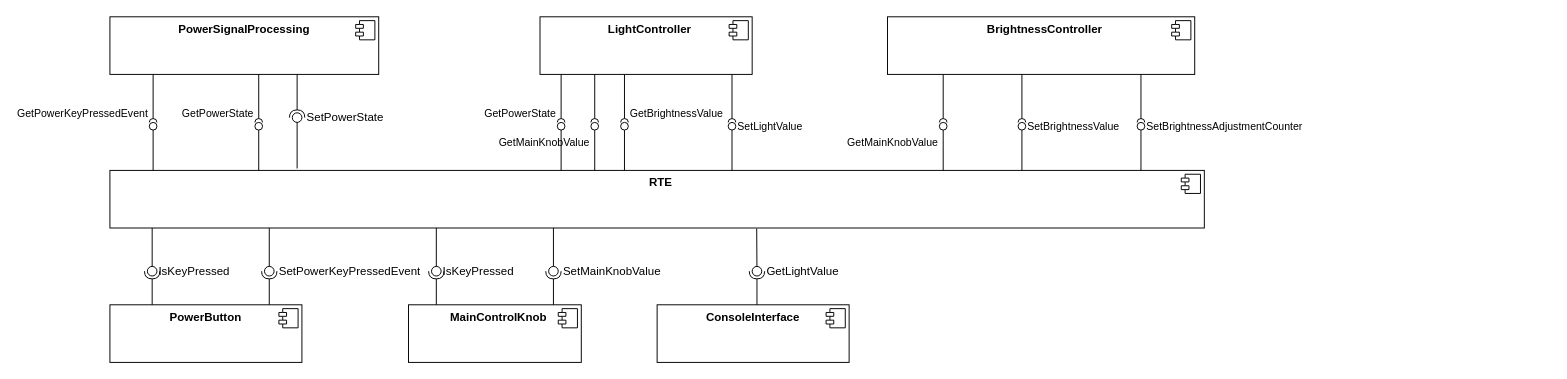
This is page "SW Architecture" (2 of 2) of doc/software_architecture/_figures/spled.drawio from xxthunder/asf-closed-loop-demo, a draw.io file, before an edit. Source tidied: cells renumbered, new cells numbered last; positions are measured from the earlier drawing's top-left corner, leaving out a move shared by most shapes. Both pictures are drawn from the tidied source at 96%, with x=0, y=0 at pixel (109, 16).
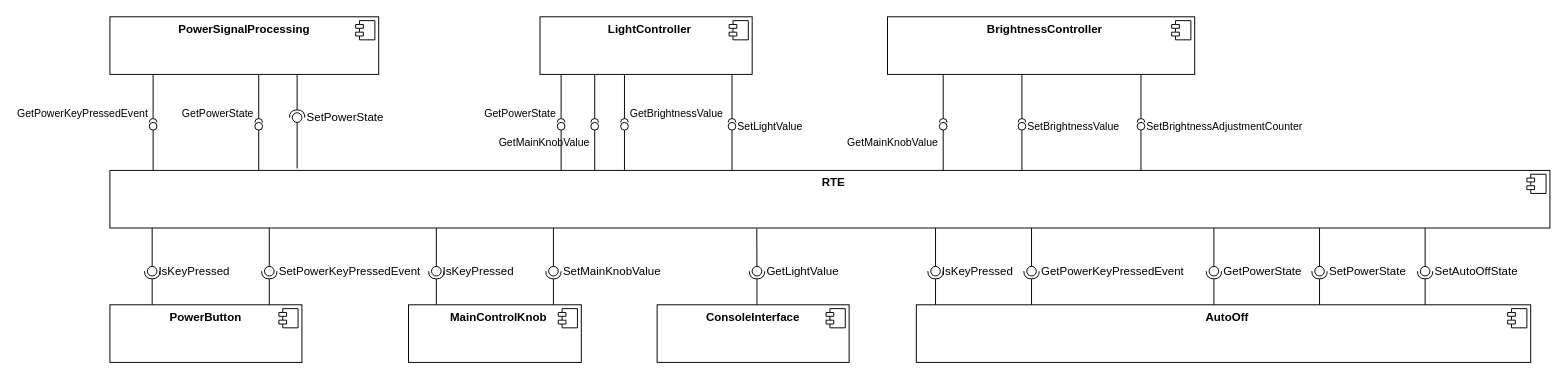
After the change.

The change refers to these unchanged cells:
```xml
<mxCell id="23" value="&amp;nbsp;GetLightValue" style="ellipse;whiteSpace=wrap;html=1;align=left;fillColor=none;strokeColor=none;perimeter=centerPerimeter;points=[];outlineConnect=1;labelPosition=right;verticalLabelPosition=middle;verticalAlign=middle;" parent="1" vertex="1">
  <mxGeometry x="669" y="260" width="10" height="10" as="geometry" />
</mxCell>
```

The edit, as a diff of the source:
```diff
@@
     <mxCell id="6" value="&lt;p style=&quot;margin: 6px 0px 0px;&quot;&gt;&lt;/p&gt;&lt;p style=&quot;margin:0px;margin-left:8px;&quot;&gt;&lt;b&gt;RTE&lt;/b&gt;&lt;/p&gt;" style="align=center;overflow=fill;html=1;whiteSpace=wrap;" parent="1" vertex="1">
-      <mxGeometry y="160" width="1140" height="60" as="geometry" />
+      <mxGeometry y="160" width="1500" height="60" as="geometry" />
     </mxCell>
@@
-    <mxCell id="22" style="rounded=0;jettySize=auto;html=1;endArrow=oval;endFill=0;sketch=0;sourcePerimeterSpacing=0;targetPerimeterSpacing=0;endSize=10;exitX=0.591;exitY=1.012;exitDx=0;exitDy=0;exitPerimeter=0;" parent="1" edge="1" source="6" target="23">
+    <mxCell id="22" style="rounded=0;jettySize=auto;html=1;endArrow=oval;endFill=0;sketch=0;sourcePerimeterSpacing=0;targetPerimeterSpacing=0;endSize=10;exitX=0.4492;exitY=1.012;exitDx=0;exitDy=0;exitPerimeter=0;" parent="1" edge="1" source="6" target="23">
       <mxGeometry relative="1" as="geometry" />
     </mxCell>
@@
+    <mxCell id="61" value="&lt;p style=&quot;margin: 6px 0px 0px;&quot;&gt;&lt;/p&gt;&lt;p style=&quot;margin:0px;margin-left:8px;&quot;&gt;&lt;b&gt;AutoOff&lt;/b&gt;&lt;/p&gt;" style="align=center;overflow=fill;html=1;whiteSpace=wrap;" parent="1" vertex="1">
+      <mxGeometry x="840" y="300" width="640" height="60" as="geometry" />
+    </mxCell>
+    <mxCell id="62" style="shape=component;jettyWidth=8;jettyHeight=4;" parent="61" vertex="1">
+      <mxGeometry x="1" width="20" height="20" relative="1" as="geometry">
+        <mxPoint x="-24" y="4" as="offset" />
+      </mxGeometry>
+    </mxCell>
+    <mxCell id="63" style="rounded=0;jettySize=auto;html=1;endArrow=halfCircle;endFill=0;endSize=6;strokeWidth=1;sketch=0;exitX=0.5;exitY=0;exitDx=0;exitDy=0;" parent="1" edge="1" target="65">
+      <mxGeometry relative="1" as="geometry">
+        <mxPoint x="860" y="300" as="sourcePoint" />
+      </mxGeometry>
+    </mxCell>
+    <mxCell id="64" style="rounded=0;jettySize=auto;html=1;endArrow=oval;endFill=0;sketch=0;sourcePerimeterSpacing=0;targetPerimeterSpacing=0;endSize=10;exitX=0.443;exitY=1;exitDx=0;exitDy=0;exitPerimeter=0;" parent="1" edge="1" target="65">
+      <mxGeometry relative="1" as="geometry">
+        <mxPoint x="860" y="220" as="sourcePoint" />
+      </mxGeometry>
+    </mxCell>
+    <mxCell id="65" value="IsKeyPressed" style="ellipse;whiteSpace=wrap;html=1;align=left;fillColor=none;strokeColor=none;perimeter=centerPerimeter;points=[];outlineConnect=1;labelPosition=right;verticalLabelPosition=middle;verticalAlign=middle;" parent="1" vertex="1">
+      <mxGeometry x="855" y="260" width="10" height="10" as="geometry" />
+    </mxCell>
+    <mxCell id="66" style="rounded=0;jettySize=auto;html=1;endArrow=halfCircle;endFill=0;endSize=6;strokeWidth=1;sketch=0;exitX=0.5;exitY=0;exitDx=0;exitDy=0;" parent="1" edge="1" target="68">
+      <mxGeometry relative="1" as="geometry">
+        <mxPoint x="960" y="300" as="sourcePoint" />
+      </mxGeometry>
+    </mxCell>
+    <mxCell id="67" style="rounded=0;jettySize=auto;html=1;endArrow=oval;endFill=0;sketch=0;sourcePerimeterSpacing=0;targetPerimeterSpacing=0;endSize=10;exitX=0.443;exitY=1;exitDx=0;exitDy=0;exitPerimeter=0;" parent="1" edge="1" target="68">
+      <mxGeometry relative="1" as="geometry">
+        <mxPoint x="960" y="220" as="sourcePoint" />
+      </mxGeometry>
+    </mxCell>
+    <mxCell id="68" value="&amp;nbsp;GetPowerKeyPressedEvent" style="ellipse;whiteSpace=wrap;html=1;align=left;fillColor=none;strokeColor=none;perimeter=centerPerimeter;points=[];outlineConnect=1;labelPosition=right;verticalLabelPosition=middle;verticalAlign=middle;" parent="1" vertex="1">
+      <mxGeometry x="955" y="260" width="10" height="10" as="geometry" />
+    </mxCell>
+    <mxCell id="69" style="rounded=0;jettySize=auto;html=1;endArrow=halfCircle;endFill=0;endSize=6;strokeWidth=1;sketch=0;exitX=0.5;exitY=0;exitDx=0;exitDy=0;" parent="1" edge="1" target="71">
+      <mxGeometry relative="1" as="geometry">
+        <mxPoint x="1150" y="300" as="sourcePoint" />
+      </mxGeometry>
+    </mxCell>
+    <mxCell id="70" style="rounded=0;jettySize=auto;html=1;endArrow=oval;endFill=0;sketch=0;sourcePerimeterSpacing=0;targetPerimeterSpacing=0;endSize=10;exitX=0.443;exitY=1;exitDx=0;exitDy=0;exitPerimeter=0;" parent="1" edge="1" target="71">
+      <mxGeometry relative="1" as="geometry">
+        <mxPoint x="1150" y="220" as="sourcePoint" />
+      </mxGeometry>
+    </mxCell>
+    <mxCell id="71" value="&amp;nbsp;GetPowerState" style="ellipse;whiteSpace=wrap;html=1;align=left;fillColor=none;strokeColor=none;perimeter=centerPerimeter;points=[];outlineConnect=1;labelPosition=right;verticalLabelPosition=middle;verticalAlign=middle;" parent="1" vertex="1">
+      <mxGeometry x="1145" y="260" width="10" height="10" as="geometry" />
+    </mxCell>
+    <mxCell id="72" style="rounded=0;jettySize=auto;html=1;endArrow=halfCircle;endFill=0;endSize=6;strokeWidth=1;sketch=0;exitX=0.5;exitY=0;exitDx=0;exitDy=0;" parent="1" edge="1" target="74">
+      <mxGeometry relative="1" as="geometry">
+        <mxPoint x="1260" y="300" as="sourcePoint" />
+      </mxGeometry>
+    </mxCell>
+    <mxCell id="73" style="rounded=0;jettySize=auto;html=1;endArrow=oval;endFill=0;sketch=0;sourcePerimeterSpacing=0;targetPerimeterSpacing=0;endSize=10;exitX=0.443;exitY=1;exitDx=0;exitDy=0;exitPerimeter=0;" parent="1" edge="1" target="74">
+      <mxGeometry relative="1" as="geometry">
+        <mxPoint x="1260" y="220" as="sourcePoint" />
+      </mxGeometry>
+    </mxCell>
+    <mxCell id="74" value="&amp;nbsp;SetPowerState" style="ellipse;whiteSpace=wrap;html=1;align=left;fillColor=none;strokeColor=none;perimeter=centerPerimeter;points=[];outlineConnect=1;labelPosition=right;verticalLabelPosition=middle;verticalAlign=middle;" parent="1" vertex="1">
+      <mxGeometry x="1255" y="260" width="10" height="10" as="geometry" />
+    </mxCell>
+    <mxCell id="75" style="rounded=0;jettySize=auto;html=1;endArrow=halfCircle;endFill=0;endSize=6;strokeWidth=1;sketch=0;exitX=0.5;exitY=0;exitDx=0;exitDy=0;" parent="1" edge="1" target="77">
+      <mxGeometry relative="1" as="geometry">
+        <mxPoint x="1370" y="300" as="sourcePoint" />
+      </mxGeometry>
+    </mxCell>
+    <mxCell id="76" style="rounded=0;jettySize=auto;html=1;endArrow=oval;endFill=0;sketch=0;sourcePerimeterSpacing=0;targetPerimeterSpacing=0;endSize=10;exitX=0.443;exitY=1;exitDx=0;exitDy=0;exitPerimeter=0;" parent="1" edge="1" target="77">
+      <mxGeometry relative="1" as="geometry">
+        <mxPoint x="1370" y="220" as="sourcePoint" />
+      </mxGeometry>
+    </mxCell>
+    <mxCell id="77" value="&amp;nbsp;SetAutoOffState" style="ellipse;whiteSpace=wrap;html=1;align=left;fillColor=none;strokeColor=none;perimeter=centerPerimeter;points=[];outlineConnect=1;labelPosition=right;verticalLabelPosition=middle;verticalAlign=middle;" parent="1" vertex="1">
+      <mxGeometry x="1365" y="260" width="10" height="10" as="geometry" />
+    </mxCell>
```
